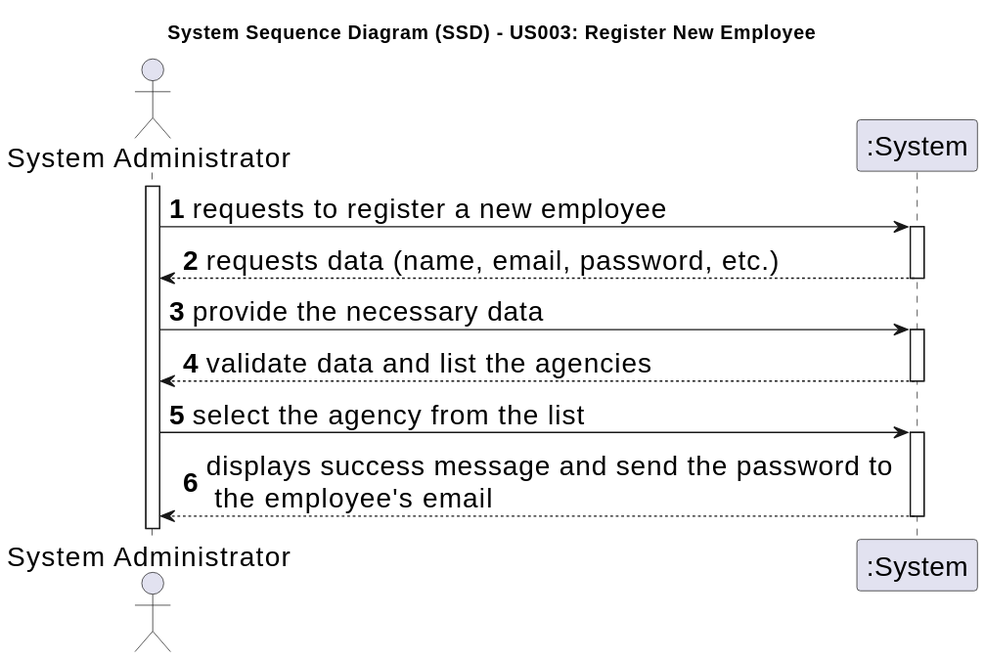
Above: docs/sprintB/us003/01.requirements-engineering/svg/us003-system-sequence-diagram.svg in Goncalves2525/real-estate-management-system (PlantUML), before the change.
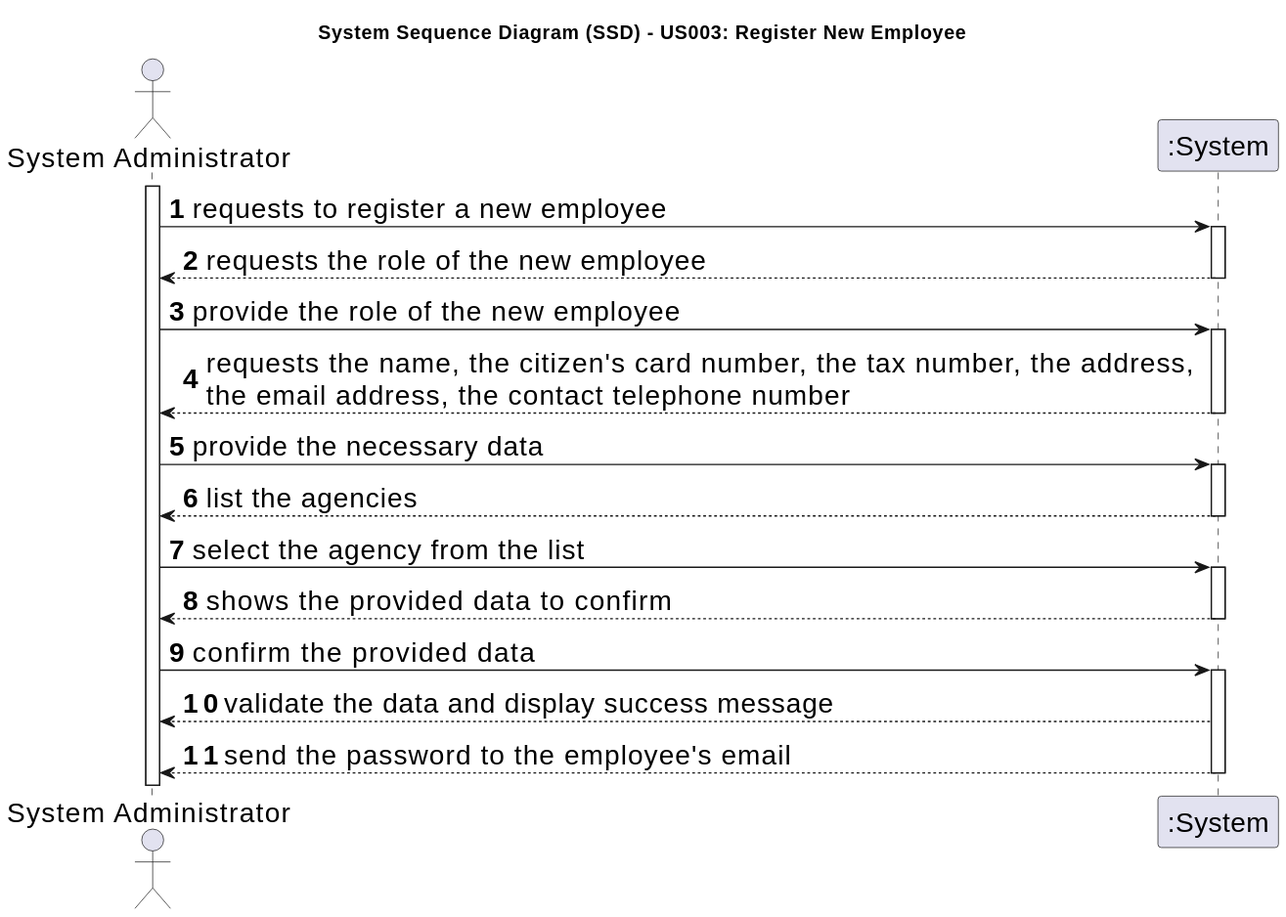
After the commit.

The edit, as a diff of the source:
```diff
@@ -16,19 +16,33 @@
     Admin -> System : requests to register a new employee
     activate System
 
-        System --> Admin : requests data (name, email, password, etc.)
+        System --> Admin : requests the role of the new employee
     deactivate System
+
+    Admin -> System : provide the role of the new employee
+        activate System
+
+            System --> Admin : requests the name, the citizen's card number, the tax number, the address, \nthe email address, the contact telephone number
+
+        deactivate System
 
     Admin -> System : provide the necessary data
         activate System
 
-            System --> Admin : validate data and list the agencies
+            System --> Admin : list the agencies
         deactivate System
 
     Admin -> System : select the agency from the list
     activate System
 
-        System --> Admin : displays success message and send the password to \n the employee's email
+        System --> Admin : shows the provided data to confirm
+    deactivate System
+
+    Admin -> System : confirm the provided data
+    activate System
+
+        System --> Admin : validate the data and display success message
+        System --> Admin : send the password to the employee's email
 
     deactivate System
 @enduml
```
